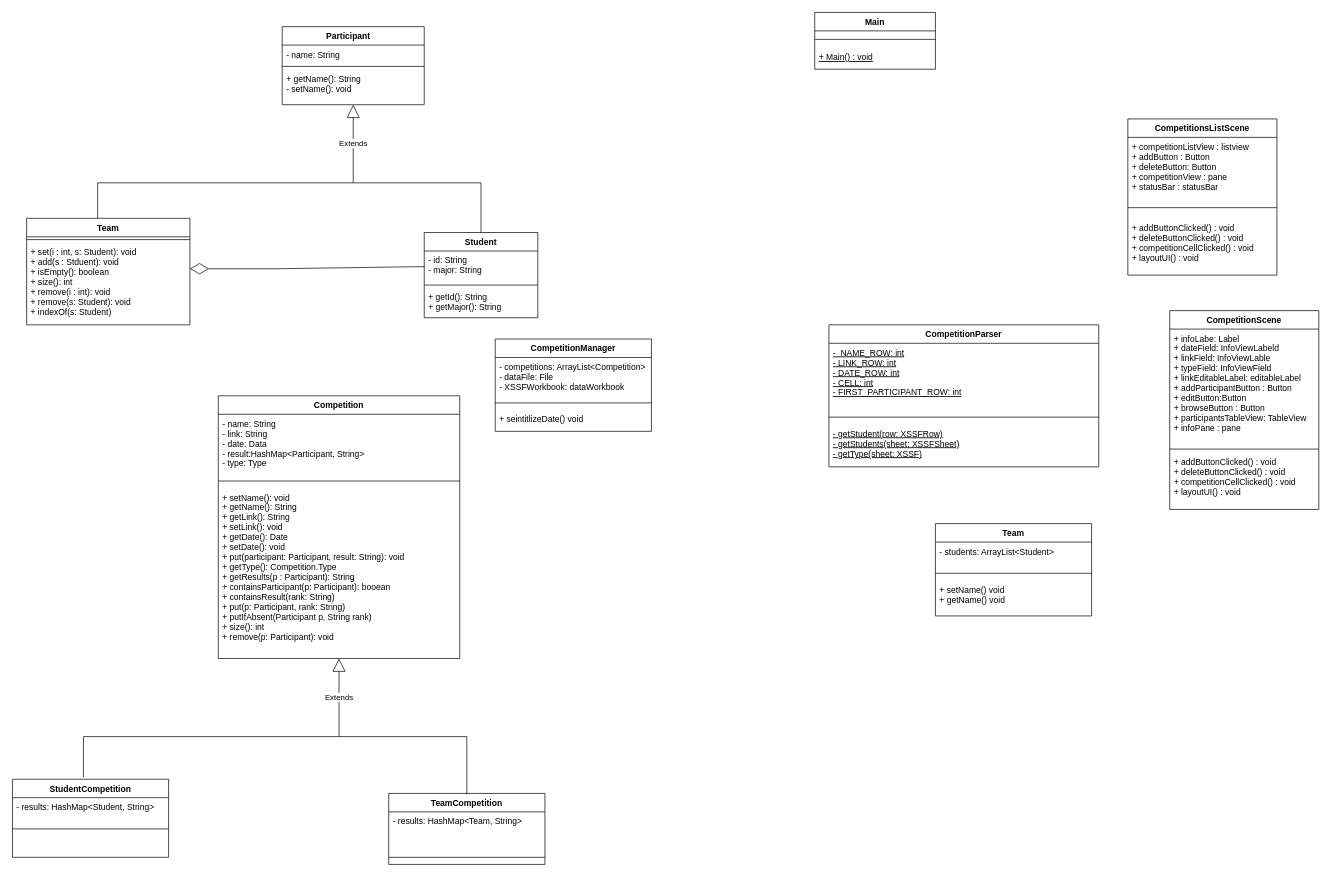
This is docs/phase2/class-diagram.drawio from AbdullahAXR/Competition-tracker, a draw.io file, before an edit. Source tidied: cells renumbered, new cells numbered last; positions are measured from the earlier drawing's top-left corner, leaving out a move shared by most shapes. Both pictures are drawn from the tidied source at 71%, with x=0, y=0 at pixel (12, 12).
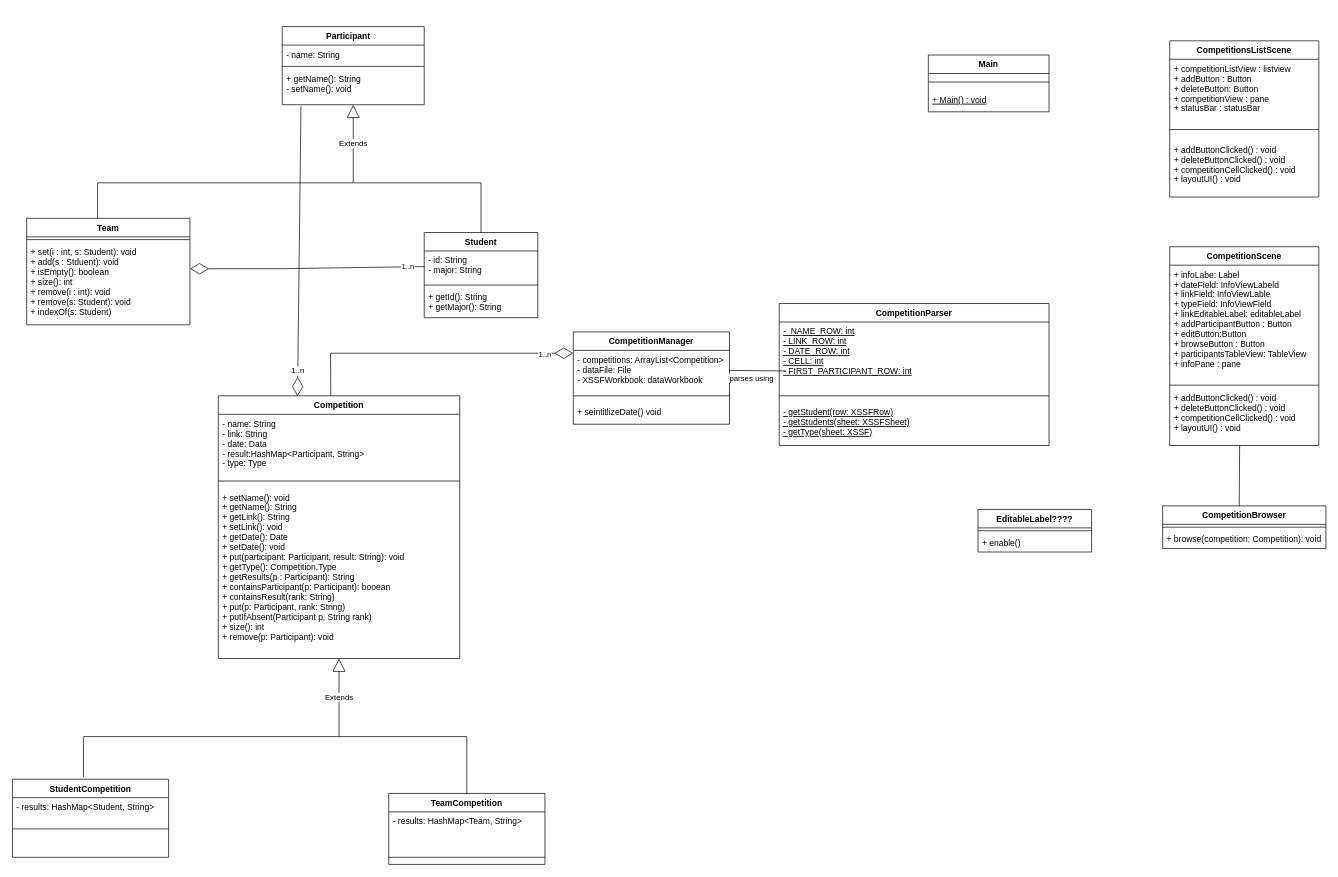
After the change.

Commit message:
docs: class diagram: only the gui part is left

Unchanged cells that the change refers to:
```xml
<mxCell id="9" value="Competition" style="swimlane;fontStyle=1;align=center;verticalAlign=top;horizontal=1;startSize=26;" parent="1" vertex="1">
  <mxGeometry x="290" y="540" width="340" height="370" as="geometry" />
</mxCell>
<mxCell id="16" value="+ addButtonClicked() : void&#10;+ deleteButtonClicked() : void&#10;+ competitionCellClicked() : void&#10;+ layoutUI() : void&#10;&#10;" style="text;strokeColor=none;fillColor=none;align=left;verticalAlign=top;spacingLeft=4;spacingRight=4;overflow=hidden;points=[[0,0.5],[1,0.5]];portConstraint=eastwest;" parent="13" vertex="1">
  <mxGeometry y="200" width="210" height="80" as="geometry" />
</mxCell>
<mxCell id="22" value="- competitions: ArrayList&lt;Competition&gt;&#10;- dataFile: File&#10;- XSSFWorkbook: dataWorkbook&#10;" style="text;strokeColor=none;fillColor=none;align=left;verticalAlign=top;spacingLeft=4;spacingRight=4;overflow=hidden;points=[[0,0.5],[1,0.5]];portConstraint=eastwest;fontStyle=0;" parent="21" vertex="1">
  <mxGeometry y="26" width="220" height="54" as="geometry" />
</mxCell>
<mxCell id="29" value="-  NAME_ROW: int&#10;-  LINK_ROW: int&#10;-  DATE_ROW: int&#10;-  CELL: int&#10;- FIRST_PARTICIPANT_ROW: int&#10;" style="text;strokeColor=none;fillColor=none;align=left;verticalAlign=top;spacingLeft=4;spacingRight=4;overflow=hidden;points=[[0,0.5],[1,0.5]];portConstraint=eastwest;fontStyle=4;" parent="28" vertex="1">
  <mxGeometry y="26" width="380" height="94" as="geometry" />
</mxCell>
<mxCell id="39" style="endArrow=diamondThin;endFill=0;endSize=24;html=1;rounded=0;entryX=1;entryY=0.319;entryDx=0;entryDy=0;entryPerimeter=0;exitX=0;exitY=0.5;exitDx=0;exitDy=0;" parent="1" edge="1" source="41" target="46">
  <mxGeometry relative="1" as="geometry">
    <Array as="points">
      <mxPoint x="373" y="361" />
    </Array>
  </mxGeometry>
</mxCell>
<mxCell id="50" value="+ getName(): String&#10;- setName(): void&#10;" style="text;strokeColor=none;fillColor=none;align=left;verticalAlign=top;spacingLeft=4;spacingRight=4;overflow=hidden;points=[[0,0.5],[1,0.5]];portConstraint=eastwest;" parent="47" vertex="1">
  <mxGeometry y="60" width="200" height="50" as="geometry" />
</mxCell>
```

What changed in the source:
```diff
@@
     <mxCell id="2" value="Main" style="swimlane;fontStyle=1;align=center;verticalAlign=top;horizontal=1;startSize=26;" parent="1" vertex="1">
-      <mxGeometry x="1130" width="170" height="80" as="geometry" />
+      <mxGeometry x="1290" y="60" width="170" height="80" as="geometry" />
     </mxCell>
@@
     <mxCell id="5" value="CompetitionsListScene" style="swimlane;fontStyle=1;align=center;verticalAlign=top;horizontal=1;startSize=26;" parent="1" vertex="1">
-      <mxGeometry x="1571" y="150" width="210" height="220" as="geometry" />
+      <mxGeometry x="1630" y="40" width="210" height="220" as="geometry" />
     </mxCell>
@@
     <mxCell id="13" value="CompetitionScene" style="swimlane;fontStyle=1;align=center;verticalAlign=top;horizontal=1;startSize=26;" parent="1" vertex="1">
-      <mxGeometry x="1630" y="420" width="210" height="280" as="geometry" />
+      <mxGeometry x="1630" y="330" width="210" height="280" as="geometry" />
     </mxCell>
@@
-    <mxCell id="17" value="Team" style="swimlane;fontStyle=1;align=center;verticalAlign=top;horizontal=1;startSize=26;" parent="1" vertex="1">
-      <mxGeometry x="1300" y="720" width="220" height="130" as="geometry" />
-    </mxCell>
-    <mxCell id="18" value="- students: ArrayList&lt;Student&gt;" style="text;strokeColor=none;fillColor=none;align=left;verticalAlign=top;spacingLeft=4;spacingRight=4;overflow=hidden;fontStyle=0;" parent="17" vertex="1">
-      <mxGeometry y="26" width="220" height="34" as="geometry" />
-    </mxCell>
-    <mxCell id="19" style="line;strokeWidth=1;fillColor=none;align=left;verticalAlign=middle;spacingTop=-1;spacingLeft=3;spacingRight=3;labelPosition=right;" parent="17" vertex="1">
-      <mxGeometry y="60" width="220" height="20" as="geometry" />
-    </mxCell>
-    <mxCell id="20" value="+ setName() void&#10;+ getName() void&#10;&#10;" style="text;strokeColor=none;fillColor=none;align=left;verticalAlign=top;spacingLeft=4;spacingRight=4;overflow=hidden;" parent="17" vertex="1">
-      <mxGeometry y="80" width="220" height="50" as="geometry" />
-    </mxCell>
     <mxCell id="21" value="CompetitionManager" style="swimlane;fontStyle=1;align=center;verticalAlign=top;horizontal=1;startSize=26;" parent="1" vertex="1">
-      <mxGeometry x="680" y="460" width="220" height="130" as="geometry" />
+      <mxGeometry x="790" y="450" width="220" height="130" as="geometry" />
     </mxCell>
@@
     <mxCell id="28" value="CompetitionParser" style="swimlane;fontStyle=1;align=center;verticalAlign=top;horizontal=1;startSize=26;" parent="1" vertex="1">
-      <mxGeometry x="1150" y="440" width="380" height="200" as="geometry" />
+      <mxGeometry x="1080" y="410" width="380" height="200" as="geometry" />
     </mxCell>
@@
+    <mxCell id="54" value="1..n" style="edgeLabel;html=1;align=center;verticalAlign=middle;" parent="39" vertex="1">
+      <mxGeometry x="-0.86" y="-1" relative="1" as="geometry" />
+    </mxCell>
@@
+    <mxCell id="55" style="endArrow=none;html=1;rounded=0;entryX=0.026;entryY=0.734;entryDx=0;entryDy=0;entryPerimeter=0;" parent="1" edge="1" source="22" target="29">
+      <mxGeometry relative="1" as="geometry" />
+    </mxCell>
+    <mxCell id="56" value="parses using" style="edgeLabel;html=1;align=center;verticalAlign=middle;" parent="55" vertex="1">
+      <mxGeometry x="0.59" y="-2" relative="1" as="geometry">
+        <mxPoint x="-33" y="8" as="offset" />
+      </mxGeometry>
+    </mxCell>
+    <mxCell id="57" style="endArrow=diamondThin;endFill=0;endSize=24;html=1;rounded=0;exitX=0.466;exitY=0.001;exitDx=0;exitDy=0;exitPerimeter=0;" parent="1" edge="1" source="9">
+      <mxGeometry relative="1" as="geometry">
+        <mxPoint x="790" y="480" as="targetPoint" />
+        <Array as="points">
+          <mxPoint x="448" y="480" />
+        </Array>
+      </mxGeometry>
+    </mxCell>
+    <mxCell id="58" value="1..n" style="edgeLabel;html=1;align=center;verticalAlign=middle;" parent="57" vertex="1">
+      <mxGeometry x="0.8" y="-1" relative="1" as="geometry" />
+    </mxCell>
+    <mxCell id="59" style="endArrow=diamondThin;endFill=0;endSize=24;html=1;rounded=0;exitX=0.132;exitY=1.045;exitDx=0;exitDy=0;exitPerimeter=0;entryX=0.328;entryY=0.001;entryDx=0;entryDy=0;entryPerimeter=0;" parent="1" edge="1" source="50" target="9">
+      <mxGeometry relative="1" as="geometry" />
+    </mxCell>
+    <mxCell id="60" value="1..n" style="edgeLabel;html=1;align=center;verticalAlign=middle;" parent="59" vertex="1">
+      <mxGeometry x="0.7" y="-1" relative="1" as="geometry">
+        <mxPoint y="25" as="offset" />
+      </mxGeometry>
+    </mxCell>
+    <mxCell id="61" value="CompetitionBrowser" style="swimlane;fontStyle=1;align=center;verticalAlign=top;horizontal=1;startSize=26;" parent="1" vertex="1">
+      <mxGeometry x="1620" y="695" width="230" height="60" as="geometry" />
+    </mxCell>
+    <mxCell id="62" style="line;strokeWidth=1;fillColor=none;align=left;verticalAlign=middle;spacingTop=-1;spacingLeft=3;spacingRight=3;labelPosition=right;" parent="61" vertex="1">
+      <mxGeometry y="26" width="230" height="8" as="geometry" />
+    </mxCell>
+    <mxCell id="63" value="+ browse(competition: Competition): void" style="text;strokeColor=none;fillColor=none;align=left;verticalAlign=top;spacingLeft=4;spacingRight=4;overflow=hidden;" parent="61" vertex="1">
+      <mxGeometry y="34" width="230" height="26" as="geometry" />
+    </mxCell>
+    <mxCell id="64" style="endArrow=none;html=1;rounded=0;exitX=0.469;exitY=0.011;exitDx=0;exitDy=0;exitPerimeter=0;entryX=0.469;entryY=0.994;entryDx=0;entryDy=0;entryPerimeter=0;" parent="1" edge="1" source="61" target="16">
+      <mxGeometry relative="1" as="geometry" />
+    </mxCell>
+    <mxCell id="65" value="EditableLabel????" style="swimlane;fontStyle=1;align=center;verticalAlign=top;horizontal=1;startSize=26;" parent="1" vertex="1">
+      <mxGeometry x="1360" y="700" width="160" height="60" as="geometry" />
+    </mxCell>
+    <mxCell id="66" style="line;strokeWidth=1;fillColor=none;align=left;verticalAlign=middle;spacingTop=-1;spacingLeft=3;spacingRight=3;labelPosition=right;" parent="65" vertex="1">
+      <mxGeometry y="26" width="160" height="8" as="geometry" />
+    </mxCell>
+    <mxCell id="67" value="+ enable() " style="text;strokeColor=none;fillColor=none;align=left;verticalAlign=top;spacingLeft=4;spacingRight=4;overflow=hidden;" parent="65" vertex="1">
+      <mxGeometry y="34" width="160" height="26" as="geometry" />
+    </mxCell>
```
